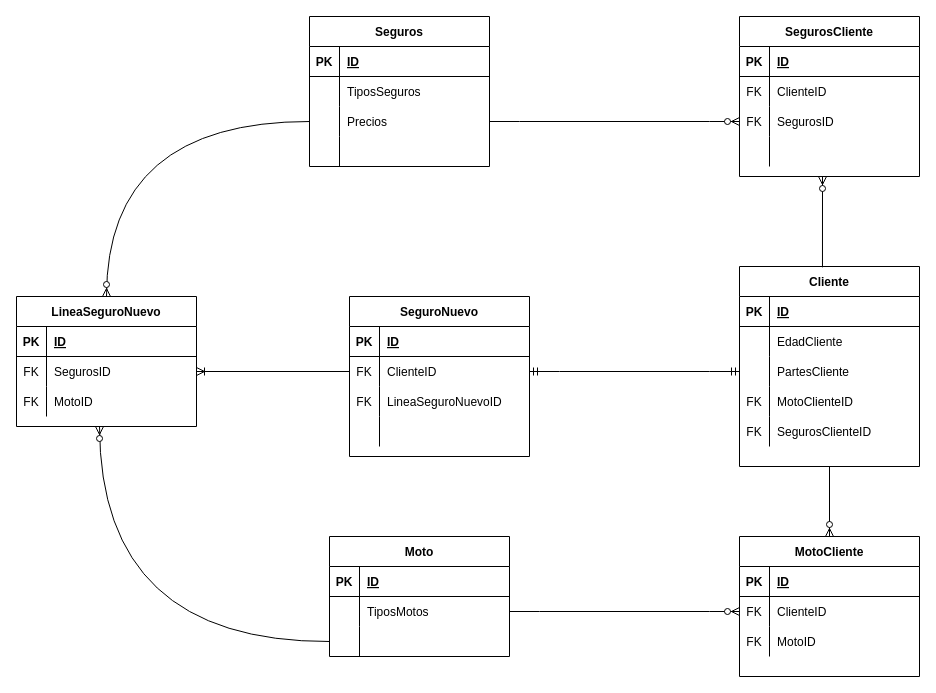
Above: EjercicioSeguros.drawio in dawnrock/diagrams (draw.io), before the change. Source tidied: cells renumbered, new cells numbered last; positions are measured from the earlier drawing's top-left corner, leaving out a move shared by most shapes. Both pictures are drawn from the tidied source at 100%, with x=0, y=0 at pixel (16, 16).
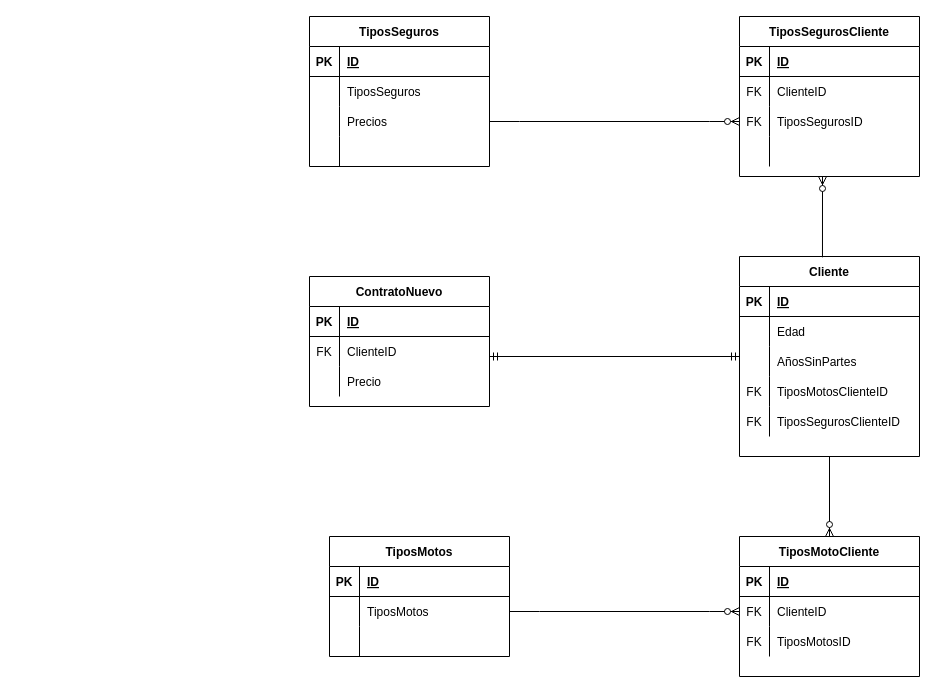
After the change.

The change refers to these unchanged cells:
```xml
<mxCell id="12" style="shape=partialRectangle;fillColor=none;top=0;left=0;bottom=0;right=0;" parent="2" vertex="1">
  <mxGeometry y="120" width="180" height="30" as="geometry" />
</mxCell>
<mxCell id="15" style="shape=partialRectangle;fillColor=none;top=0;left=0;bottom=0;right=0;" parent="2" vertex="1">
  <mxGeometry y="150" width="180" height="30" as="geometry" />
</mxCell>
<mxCell id="35" style="shape=partialRectangle;fillColor=none;top=0;left=0;bottom=0;right=0;points=[[0,0.5],[1,0.5]];portConstraint=eastwest;" parent="28" vertex="1">
  <mxGeometry y="90" width="180" height="30" as="geometry" />
</mxCell>
<mxCell id="48" style="shape=partialRectangle;fillColor=none;top=0;left=0;bottom=0;right=0;points=[[0,0.5],[1,0.5]];portConstraint=eastwest;" parent="41" vertex="1">
  <mxGeometry y="90" width="180" height="30" as="geometry" />
</mxCell>
<mxCell id="63" style="shape=partialRectangle;fillColor=none;top=0;left=0;bottom=0;right=0;" parent="56" vertex="1">
  <mxGeometry y="90" width="180" height="30" as="geometry" />
</mxCell>
<mxCell id="75" style="shape=partialRectangle;fillColor=none;top=0;left=0;bottom=0;right=0;" parent="68" vertex="1">
  <mxGeometry y="90" width="180" height="30" as="geometry" />
</mxCell>
```

What changed in the source:
```diff
@@
     <mxCell id="2" value="Cliente" style="shape=table;startSize=30;childLayout=tableLayout;rowLines=0;fontStyle=1;align=center;" parent="1" vertex="1">
-      <mxGeometry x="723" y="250" width="180" height="200" as="geometry" />
+      <mxGeometry x="723" y="240" width="180" height="200" as="geometry" />
     </mxCell>
@@
-    <mxCell id="6" style="shape=partialRectangle;fillColor=none;top=0;left=0;bottom=0;right=0;" parent="2" vertex="1">
-      <mxGeometry y="60" width="180" height="30" as="geometry" />
-    </mxCell>
-    <mxCell id="7" style="shape=partialRectangle;fillColor=none;top=0;left=0;bottom=0;right=0;overflow=hidden;" parent="6" vertex="1">
-      <mxGeometry width="30" height="30" as="geometry" />
-    </mxCell>
-    <mxCell id="8" value="EdadCliente" style="shape=partialRectangle;fillColor=none;top=0;left=0;bottom=0;right=0;align=left;spacingLeft=6;overflow=hidden;" parent="6" vertex="1">
-      <mxGeometry x="30" width="150" height="30" as="geometry" />
-    </mxCell>
-    <mxCell id="9" style="shape=partialRectangle;fillColor=none;top=0;left=0;bottom=0;right=0;points=[[0,0.5],[1,0.5]];portConstraint=eastwest;" parent="2" vertex="1">
-      <mxGeometry y="90" width="180" height="30" as="geometry" />
-    </mxCell>
-    <mxCell id="10" style="shape=partialRectangle;fillColor=none;top=0;left=0;bottom=0;right=0;overflow=hidden;" parent="9" vertex="1">
-      <mxGeometry width="30" height="30" as="geometry" />
-    </mxCell>
-    <mxCell id="11" value="PartesCliente" style="shape=partialRectangle;fillColor=none;top=0;left=0;bottom=0;right=0;align=left;spacingLeft=6;overflow=hidden;" parent="9" vertex="1">
-      <mxGeometry x="30" width="150" height="30" as="geometry" />
-    </mxCell>
+    <mxCell id="95" style="shape=partialRectangle;fillColor=none;top=0;left=0;bottom=0;right=0;" parent="2" vertex="1">
+      <mxGeometry y="60" width="180" height="30" as="geometry" />
+    </mxCell>
+    <mxCell id="96" style="shape=partialRectangle;fillColor=none;top=0;left=0;bottom=0;right=0;overflow=hidden;" parent="95" vertex="1">
+      <mxGeometry width="30" height="30" as="geometry" />
+    </mxCell>
+    <mxCell id="97" value="Edad" style="shape=partialRectangle;fillColor=none;top=0;left=0;bottom=0;right=0;align=left;spacingLeft=6;overflow=hidden;" parent="95" vertex="1">
+      <mxGeometry x="30" width="150" height="30" as="geometry" />
+    </mxCell>
+    <mxCell id="90" style="shape=partialRectangle;fillColor=none;top=0;left=0;bottom=0;right=0;" parent="2" vertex="1">
+      <mxGeometry y="90" width="180" height="30" as="geometry" />
+    </mxCell>
+    <mxCell id="91" style="shape=partialRectangle;fillColor=none;top=0;left=0;bottom=0;right=0;overflow=hidden;" parent="90" vertex="1">
+      <mxGeometry width="30" height="30" as="geometry" />
+    </mxCell>
+    <mxCell id="92" value="AñosSinPartes" style="shape=partialRectangle;fillColor=none;top=0;left=0;bottom=0;right=0;align=left;spacingLeft=6;overflow=hidden;" parent="90" vertex="1">
+      <mxGeometry x="30" width="150" height="30" as="geometry" />
+    </mxCell>
@@
-    <mxCell id="14" value="MotoClienteID" style="shape=partialRectangle;fillColor=none;top=0;left=0;bottom=0;right=0;align=left;spacingLeft=6;overflow=hidden;" parent="12" vertex="1">
+    <mxCell id="14" value="TiposMotosClienteID" style="shape=partialRectangle;fillColor=none;top=0;left=0;bottom=0;right=0;align=left;spacingLeft=6;overflow=hidden;" parent="12" vertex="1">
       <mxGeometry x="30" width="150" height="30" as="geometry" />
     </mxCell>
@@
-    <mxCell id="17" value="SegurosClienteID" style="shape=partialRectangle;fillColor=none;top=0;left=0;bottom=0;right=0;align=left;spacingLeft=6;overflow=hidden;" parent="15" vertex="1">
+    <mxCell id="17" value="TiposSegurosClienteID" style="shape=partialRectangle;fillColor=none;top=0;left=0;bottom=0;right=0;align=left;spacingLeft=6;overflow=hidden;" parent="15" vertex="1">
       <mxGeometry x="30" width="150" height="30" as="geometry" />
     </mxCell>
-    <mxCell id="18" value="Moto" style="shape=table;startSize=30;childLayout=tableLayout;rowLines=0;fontStyle=1;align=center;" parent="1" vertex="1">
+    <mxCell id="18" value="TiposMotos" style="shape=table;startSize=30;childLayout=tableLayout;rowLines=0;fontStyle=1;align=center;" parent="1" vertex="1">
       <mxGeometry x="313" y="520" width="180" height="120" as="geometry" />
     </mxCell>
@@
-    <mxCell id="28" value="Seguros" style="shape=table;startSize=30;childLayout=tableLayout;rowLines=0;fontStyle=1;align=center;" parent="1" vertex="1">
+    <mxCell id="28" value="TiposSeguros" style="shape=table;startSize=30;childLayout=tableLayout;rowLines=0;fontStyle=1;align=center;" parent="1" vertex="1">
       <mxGeometry x="293" width="180" height="150" as="geometry" />
     </mxCell>
@@
-    <mxCell id="41" value="SegurosCliente" style="shape=table;startSize=30;childLayout=tableLayout;rowLines=0;fontStyle=1;align=center;" parent="1" vertex="1">
+    <mxCell id="41" value="TiposSegurosCliente" style="shape=table;startSize=30;childLayout=tableLayout;rowLines=0;fontStyle=1;align=center;" parent="1" vertex="1">
       <mxGeometry x="723" width="180" height="160" as="geometry" />
     </mxCell>
@@
-    <mxCell id="50" value="SegurosID" style="shape=partialRectangle;fillColor=none;top=0;left=0;bottom=0;right=0;align=left;spacingLeft=6;overflow=hidden;" parent="48" vertex="1">
+    <mxCell id="50" value="TiposSegurosID" style="shape=partialRectangle;fillColor=none;top=0;left=0;bottom=0;right=0;align=left;spacingLeft=6;overflow=hidden;" parent="48" vertex="1">
       <mxGeometry x="30" width="150" height="30" as="geometry" />
     </mxCell>
@@
-    <mxCell id="56" value="MotoCliente" style="shape=table;startSize=30;childLayout=tableLayout;rowLines=0;fontStyle=1;align=center;" parent="1" vertex="1">
+    <mxCell id="56" value="TiposMotoCliente" style="shape=table;startSize=30;childLayout=tableLayout;rowLines=0;fontStyle=1;align=center;" parent="1" vertex="1">
       <mxGeometry x="723" y="520" width="180" height="140" as="geometry" />
     </mxCell>
@@
-    <mxCell id="65" value="MotoID" style="shape=partialRectangle;fillColor=none;top=0;left=0;bottom=0;right=0;align=left;spacingLeft=6;overflow=hidden;" parent="63" vertex="1">
+    <mxCell id="65" value="TiposMotosID" style="shape=partialRectangle;fillColor=none;top=0;left=0;bottom=0;right=0;align=left;spacingLeft=6;overflow=hidden;" parent="63" vertex="1">
       <mxGeometry x="30" width="150" height="30" as="geometry" />
     </mxCell>
@@
-    <mxCell id="68" value="LineaSeguroNuevo" style="shape=table;startSize=30;childLayout=tableLayout;rowLines=0;fontStyle=1;align=center;" parent="1" vertex="1">
-      <mxGeometry y="280" width="180" height="130" as="geometry" />
+    <mxCell id="68" value="ContratoNuevo" style="shape=table;startSize=30;childLayout=tableLayout;rowLines=0;fontStyle=1;align=center;" parent="1" vertex="1">
+      <mxGeometry x="293" y="260" width="180" height="130" as="geometry" />
     </mxCell>
@@
-    <mxCell id="72" style="shape=partialRectangle;fillColor=none;top=0;left=0;bottom=0;right=0;points=[[0,0.5],[1,0.5]];portConstraint=eastwest;" parent="68" vertex="1">
-      <mxGeometry y="60" width="180" height="30" as="geometry" />
-    </mxCell>
-    <mxCell id="73" value="FK" style="shape=partialRectangle;fillColor=none;top=0;left=0;bottom=0;right=0;overflow=hidden;" parent="72" vertex="1">
-      <mxGeometry width="30" height="30" as="geometry" />
-    </mxCell>
-    <mxCell id="74" value="SegurosID" style="shape=partialRectangle;fillColor=none;top=0;left=0;bottom=0;right=0;align=left;spacingLeft=6;overflow=hidden;" parent="72" vertex="1">
-      <mxGeometry x="30" width="150" height="30" as="geometry" />
-    </mxCell>
+    <mxCell id="84" style="shape=partialRectangle;fillColor=none;top=0;left=0;bottom=0;right=0;points=[[0,0.5],[1,0.5]];portConstraint=eastwest;" parent="68" vertex="1">
+      <mxGeometry y="60" width="180" height="30" as="geometry" />
+    </mxCell>
+    <mxCell id="85" value="FK" style="shape=partialRectangle;fillColor=none;top=0;left=0;bottom=0;right=0;overflow=hidden;" parent="84" vertex="1">
+      <mxGeometry width="30" height="30" as="geometry" />
+    </mxCell>
+    <mxCell id="86" value="ClienteID" style="shape=partialRectangle;fillColor=none;top=0;left=0;bottom=0;right=0;align=left;spacingLeft=6;overflow=hidden;" parent="84" vertex="1">
+      <mxGeometry x="30" width="150" height="30" as="geometry" />
+    </mxCell>
@@
-    <mxCell id="76" value="FK" style="shape=partialRectangle;fillColor=none;top=0;left=0;bottom=0;right=0;overflow=hidden;" parent="75" vertex="1">
+    <mxCell id="76" style="shape=partialRectangle;fillColor=none;top=0;left=0;bottom=0;right=0;overflow=hidden;" parent="75" vertex="1">
       <mxGeometry width="30" height="30" as="geometry" />
     </mxCell>
-    <mxCell id="77" value="MotoID" style="shape=partialRectangle;fillColor=none;top=0;left=0;bottom=0;right=0;align=left;spacingLeft=6;overflow=hidden;" parent="75" vertex="1">
+    <mxCell id="77" value="Precio" style="shape=partialRectangle;fillColor=none;top=0;left=0;bottom=0;right=0;align=left;spacingLeft=6;overflow=hidden;" parent="75" vertex="1">
       <mxGeometry x="30" width="150" height="30" as="geometry" />
     </mxCell>
-    <mxCell id="78" style="fontSize=12;html=1;endArrow=ERzeroToMany;endFill=1;rounded=0;entryX=0.5;entryY=0;entryDx=0;entryDy=0;edgeStyle=orthogonalEdgeStyle;curved=1;exitX=0;exitY=0.5;exitDx=0;exitDy=0;" parent="1" edge="1" source="35" target="68">
-      <mxGeometry relative="1" as="geometry" />
-    </mxCell>
-    <mxCell id="79" style="fontSize=12;html=1;endArrow=ERzeroToMany;endFill=1;rounded=0;edgeStyle=orthogonalEdgeStyle;curved=1;exitX=0;exitY=0.5;exitDx=0;exitDy=0;" parent="1" edge="1">
-      <mxGeometry relative="1" as="geometry">
-        <mxPoint x="313" y="625" as="sourcePoint" />
-        <mxPoint x="83" y="410" as="targetPoint" />
-      </mxGeometry>
-    </mxCell>
-    <mxCell id="80" value="SeguroNuevo" style="shape=table;startSize=30;childLayout=tableLayout;rowLines=0;fontStyle=1;align=center;" parent="1" vertex="1">
-      <mxGeometry x="333" y="280" width="180" height="160" as="geometry" />
-    </mxCell>
-    <mxCell id="81" style="shape=partialRectangle;fillColor=none;top=0;left=0;bottom=1;right=0;" parent="80" vertex="1">
-      <mxGeometry y="30" width="180" height="30" as="geometry" />
-    </mxCell>
-    <mxCell id="82" value="PK" style="shape=partialRectangle;fillColor=none;top=0;left=0;bottom=0;right=0;fontStyle=1;overflow=hidden;" parent="81" vertex="1">
-      <mxGeometry width="30" height="30" as="geometry" />
-    </mxCell>
-    <mxCell id="83" value="ID" style="shape=partialRectangle;fillColor=none;top=0;left=0;bottom=0;right=0;align=left;spacingLeft=6;fontStyle=5;overflow=hidden;" parent="81" vertex="1">
-      <mxGeometry x="30" width="150" height="30" as="geometry" />
-    </mxCell>
-    <mxCell id="84" style="shape=partialRectangle;fillColor=none;top=0;left=0;bottom=0;right=0;points=[[0,0.5],[1,0.5]];portConstraint=eastwest;" parent="80" vertex="1">
-      <mxGeometry y="60" width="180" height="30" as="geometry" />
-    </mxCell>
-    <mxCell id="85" value="FK" style="shape=partialRectangle;fillColor=none;top=0;left=0;bottom=0;right=0;overflow=hidden;" parent="84" vertex="1">
-      <mxGeometry width="30" height="30" as="geometry" />
-    </mxCell>
-    <mxCell id="86" value="ClienteID" style="shape=partialRectangle;fillColor=none;top=0;left=0;bottom=0;right=0;align=left;spacingLeft=6;overflow=hidden;" parent="84" vertex="1">
-      <mxGeometry x="30" width="150" height="30" as="geometry" />
-    </mxCell>
-    <mxCell id="87" style="shape=partialRectangle;fillColor=none;top=0;left=0;bottom=0;right=0;" parent="80" vertex="1">
-      <mxGeometry y="90" width="180" height="30" as="geometry" />
-    </mxCell>
-    <mxCell id="88" value="FK" style="shape=partialRectangle;fillColor=none;top=0;left=0;bottom=0;right=0;overflow=hidden;" parent="87" vertex="1">
-      <mxGeometry width="30" height="30" as="geometry" />
-    </mxCell>
-    <mxCell id="89" value="LineaSeguroNuevoID" style="shape=partialRectangle;fillColor=none;top=0;left=0;bottom=0;right=0;align=left;spacingLeft=6;overflow=hidden;fontStyle=0;" parent="87" vertex="1">
-      <mxGeometry x="30" width="150" height="30" as="geometry" />
-    </mxCell>
-    <mxCell id="90" style="shape=partialRectangle;fillColor=none;top=0;left=0;bottom=0;right=0;" parent="80" vertex="1">
-      <mxGeometry y="120" width="180" height="30" as="geometry" />
-    </mxCell>
-    <mxCell id="91" style="shape=partialRectangle;fillColor=none;top=0;left=0;bottom=0;right=0;overflow=hidden;" parent="90" vertex="1">
-      <mxGeometry width="30" height="30" as="geometry" />
-    </mxCell>
-    <mxCell id="92" style="shape=partialRectangle;fillColor=none;top=0;left=0;bottom=0;right=0;align=left;spacingLeft=6;overflow=hidden;" parent="90" vertex="1">
-      <mxGeometry x="30" width="150" height="30" as="geometry" />
-    </mxCell>
-    <mxCell id="93" style="edgeStyle=entityRelationEdgeStyle;fontSize=12;html=1;endArrow=ERmandOne;startArrow=ERmandOne;rounded=0;entryX=0;entryY=0.5;entryDx=0;entryDy=0;" parent="1" edge="1" source="84" target="9">
-      <mxGeometry relative="1" as="geometry" />
-    </mxCell>
-    <mxCell id="94" style="fontSize=12;html=1;endArrow=ERoneToMany;rounded=0;entryX=1;entryY=0.5;entryDx=0;entryDy=0;exitX=0;exitY=0.5;exitDx=0;exitDy=0;" parent="1" edge="1" source="84" target="72">
-      <mxGeometry relative="1" as="geometry" />
-    </mxCell>
+    <mxCell id="98" style="fontSize=12;html=1;endArrow=ERmandOne;startArrow=ERmandOne;rounded=0;" parent="1" edge="1">
+      <mxGeometry relative="1" as="geometry">
+        <mxPoint x="723" y="340" as="sourcePoint" />
+        <mxPoint x="473" y="340" as="targetPoint" />
+      </mxGeometry>
+    </mxCell>
```
